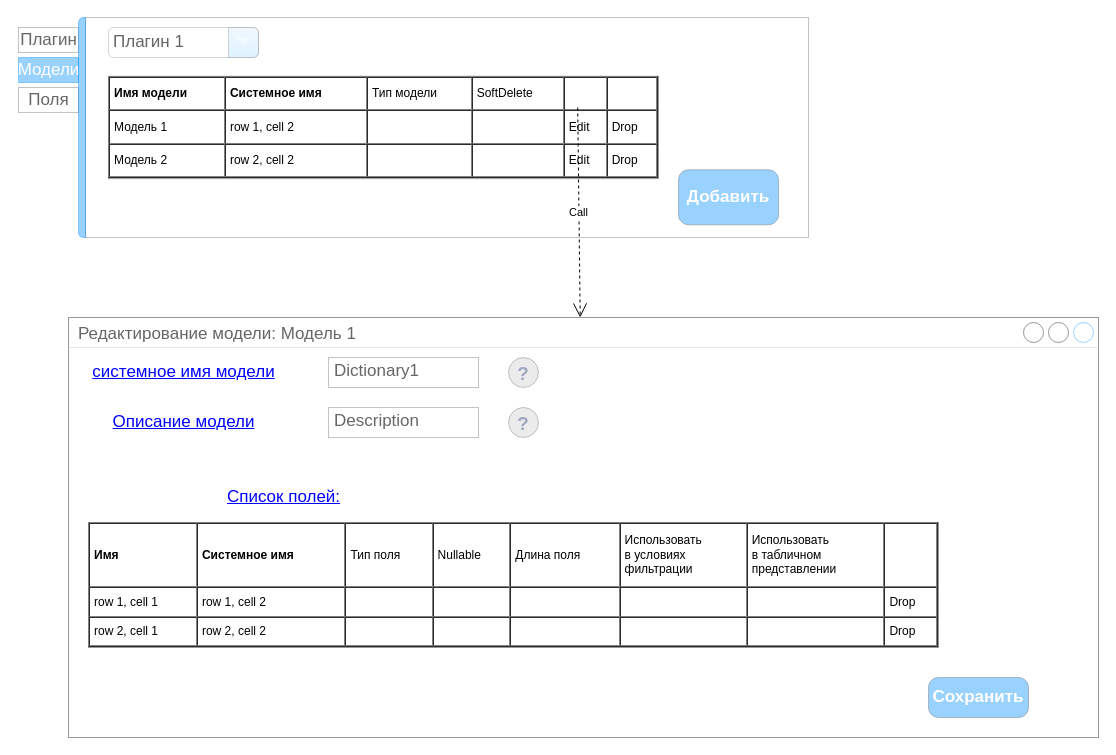
aaf1974/ProjectDiagram keeps this draw.io diagram as page "UI - метаданные" (8 of 8) of ModelConstructor.drawio. Above is the earlier version. Source tidied: cells renumbered, new cells numbered last; positions are measured from the earlier drawing's top-left corner, leaving out a move shared by most shapes. Both pictures are drawn from the tidied source at 100%, with x=0, y=0 at pixel (18, 17).
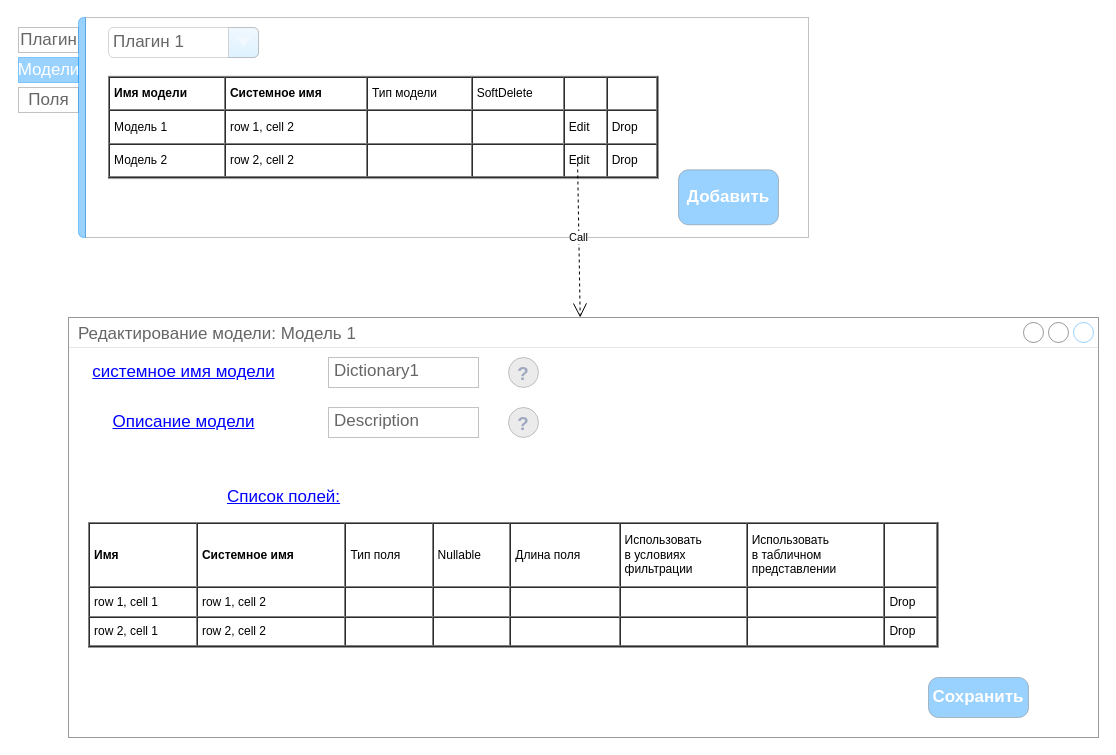
After the change.

Diff of the diagram source:
```diff
@@
-    <mxCell id="19" value="Call" style="endArrow=open;endSize=12;dashed=1;html=1;rounded=0;exitX=0.855;exitY=0.789;exitDx=0;exitDy=0;exitPerimeter=0;" parent="1" edge="1">
+    <mxCell id="19" value="Call" style="endArrow=open;endSize=12;dashed=1;html=1;rounded=0;" parent="1" edge="1">
       <mxGeometry relative="1" as="geometry">
-        <mxPoint x="559.2" y="90" as="sourcePoint" />
+        <mxPoint x="559" y="140" as="sourcePoint" />
         <mxPoint x="561.7" y="300" as="targetPoint" />
       </mxGeometry>
     </mxCell>
```
